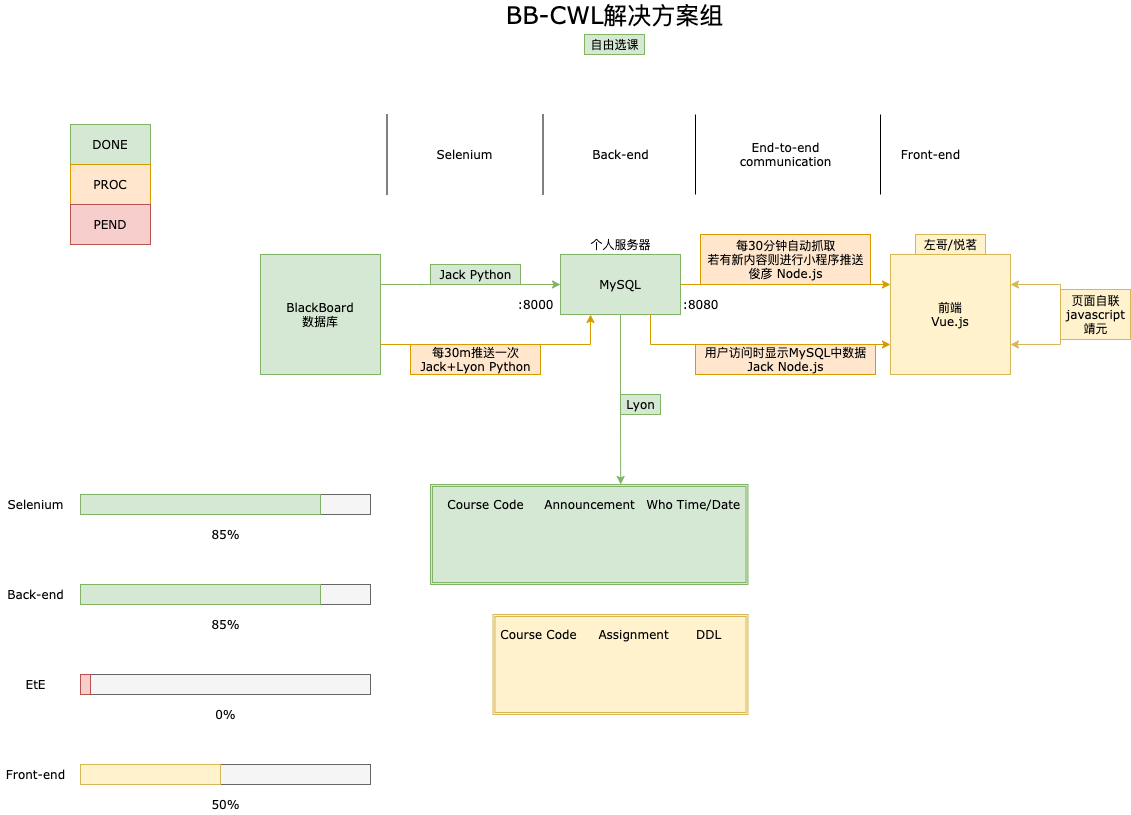
The draw.io diagram Doc/Graphs/项目解决方案.png in HeptaDevGrp/BB-CWL, before a commit. Source tidied: cells renumbered, new cells last; positions are measured from the earlier drawing's top-left corner, leaving out a move shared by most shapes.
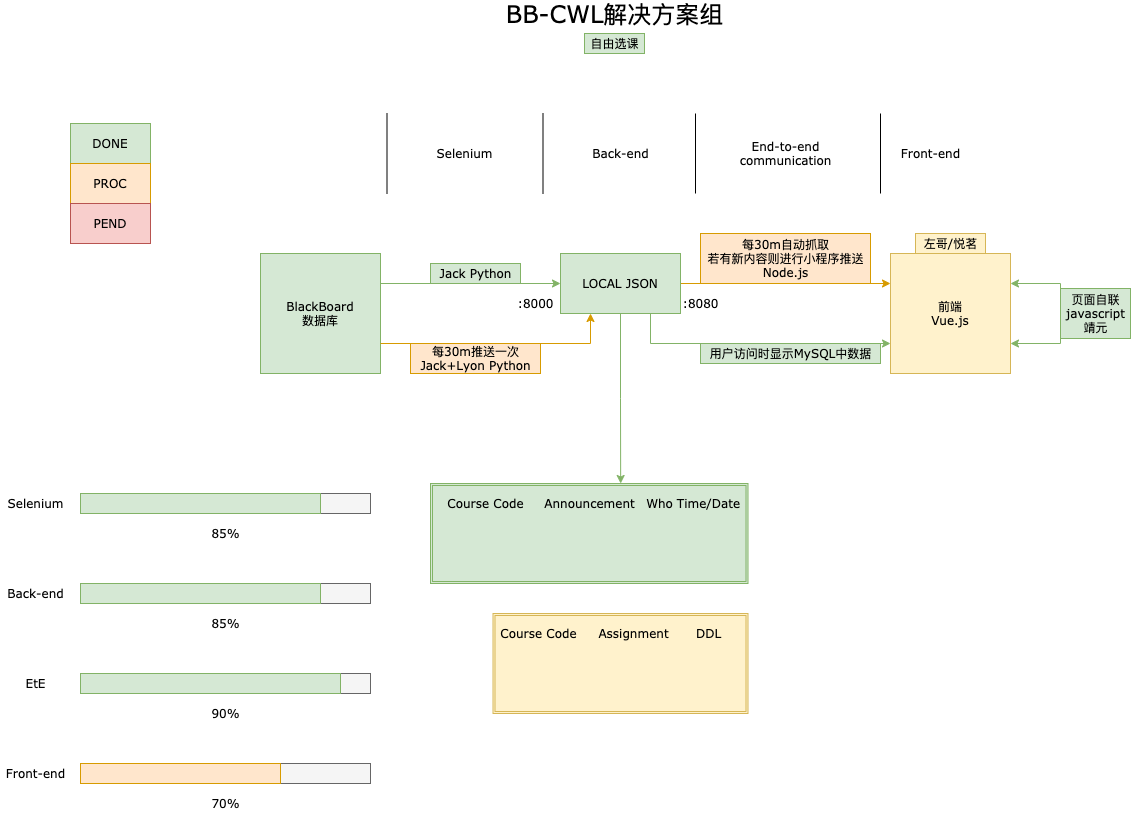
After the commit.

Change to the diagram source:
```diff
@@ -25,23 +25,20 @@
         <mxPoint x="620.2" y="480" as="targetPoint" />
       </mxGeometry>
     </mxCell>
-    <mxCell id="9" value="MySQL" style="rounded=0;whiteSpace=wrap;html=1;fontFamily=Verdana;fillColor=#d5e8d4;strokeColor=#82b366;" parent="1" vertex="1">
+    <mxCell id="9" value="LOCAL JSON" style="rounded=0;whiteSpace=wrap;html=1;fontFamily=Verdana;fillColor=#d5e8d4;strokeColor=#82b366;" parent="1" vertex="1">
       <mxGeometry x="560" y="250" width="120" height="60" as="geometry" />
     </mxCell>
     <mxCell id="10" value="Jack Python" style="text;html=1;align=center;verticalAlign=middle;fontFamily=Verdana;fillColor=#d5e8d4;strokeColor=#82b366;" parent="1" vertex="1">
       <mxGeometry x="430" y="260" width="90" height="20" as="geometry" />
     </mxCell>
-    <mxCell id="11" value="个人服务器" style="text;html=1;align=center;verticalAlign=middle;fontFamily=Verdana;" parent="1" vertex="1">
-      <mxGeometry x="580" y="230" width="80" height="20" as="geometry" />
-    </mxCell>
-    <mxCell id="12" style="edgeStyle=orthogonalEdgeStyle;rounded=0;jettySize=auto;html=1;exitX=0;exitY=0.75;exitDx=0;exitDy=0;entryX=0.75;entryY=1;entryDx=0;entryDy=0;fontFamily=Verdana;fillColor=#ffe6cc;strokeColor=#d79b00;startArrow=classic;startFill=1;endArrow=none;endFill=0;" parent="1" edge="1" source="13" target="9">
+    <mxCell id="12" style="edgeStyle=orthogonalEdgeStyle;rounded=0;jettySize=auto;html=1;exitX=0;exitY=0.75;exitDx=0;exitDy=0;entryX=0.75;entryY=1;entryDx=0;entryDy=0;fontFamily=Verdana;fillColor=#d5e8d4;strokeColor=#82b366;startArrow=classic;startFill=1;endArrow=none;endFill=0;" parent="1" edge="1" source="13" target="9">
       <mxGeometry relative="1" as="geometry" />
     </mxCell>
     <mxCell id="13" value="前端&lt;br&gt;Vue.js" style="rounded=0;whiteSpace=wrap;html=1;fontFamily=Verdana;fillColor=#fff2cc;strokeColor=#d6b656;" parent="1" vertex="1">
       <mxGeometry x="890" y="250" width="120" height="120" as="geometry" />
     </mxCell>
-    <mxCell id="14" value="用户访问时显示MySQL中数据&lt;br&gt;Jack Node.js" style="text;html=1;align=center;verticalAlign=middle;fillColor=#ffe6cc;strokeColor=#d79b00;fontFamily=Verdana;" parent="1" vertex="1">
-      <mxGeometry x="695" y="340" width="180" height="30" as="geometry" />
+    <mxCell id="14" value="用户访问时显示MySQL中数据" style="text;html=1;align=center;verticalAlign=middle;fillColor=#d5e8d4;strokeColor=#82b366;fontFamily=Verdana;" parent="1" vertex="1">
+      <mxGeometry x="700" y="340" width="180" height="20" as="geometry" />
     </mxCell>
     <mxCell id="15" value="每30m推送一次&lt;br&gt;Jack+Lyon Python" style="text;html=1;align=center;verticalAlign=middle;fillColor=#ffe6cc;strokeColor=#d79b00;fontFamily=Verdana;" parent="1" vertex="1">
       <mxGeometry x="410" y="340" width="130" height="30" as="geometry" />
@@ -49,7 +46,7 @@
     <mxCell id="16" value="自由选课" style="text;html=1;align=center;verticalAlign=middle;fillColor=#d5e8d4;strokeColor=#82b366;fontFamily=Verdana;" parent="1" vertex="1">
       <mxGeometry x="584" y="30" width="60" height="20" as="geometry" />
     </mxCell>
-    <mxCell id="17" value="每30分钟自动抓取&lt;br&gt;若有新内容则进行小程序推送&lt;br&gt;俊彦 Node.js" style="text;html=1;align=center;verticalAlign=middle;fillColor=#ffe6cc;strokeColor=#d79b00;fontFamily=Verdana;" parent="1" vertex="1">
+    <mxCell id="17" value="每30m自动抓取&lt;br&gt;若有新内容则进行小程序推送&lt;br&gt;Node.js" style="text;html=1;align=center;verticalAlign=middle;fillColor=#ffe6cc;strokeColor=#d79b00;fontFamily=Verdana;" parent="1" vertex="1">
       <mxGeometry x="700" y="230" width="170" height="50" as="geometry" />
     </mxCell>
     <mxCell id="18" value="Course Code" style="text;html=1;align=center;verticalAlign=middle;fontFamily=Verdana;" parent="1" vertex="1">
@@ -82,9 +79,6 @@
     <mxCell id="27" value="Who" style="text;html=1;align=center;verticalAlign=middle;fontFamily=Verdana;" parent="1" vertex="1">
       <mxGeometry x="638.8" y="490" width="40" height="20" as="geometry" />
     </mxCell>
-    <mxCell id="28" value="Lyon" style="text;html=1;align=center;verticalAlign=middle;fillColor=#d5e8d4;strokeColor=#82b366;fontFamily=Verdana;" parent="1" vertex="1">
-      <mxGeometry x="620" y="390" width="40" height="20" as="geometry" />
-    </mxCell>
     <mxCell id="29" value="DONE" style="rounded=0;whiteSpace=wrap;html=1;fillColor=#d5e8d4;strokeColor=#82b366;fontFamily=Verdana;" parent="1" vertex="1">
       <mxGeometry x="70" y="120" width="80" height="40" as="geometry" />
     </mxCell>
@@ -106,7 +100,7 @@
     <mxCell id="35" value="&lt;font&gt;85%&lt;/font&gt;" style="text;html=1;align=center;verticalAlign=middle;fontFamily=Verdana;" parent="1" vertex="1">
       <mxGeometry x="205" y="520" width="40" height="20" as="geometry" />
     </mxCell>
-    <mxCell id="36" style="edgeStyle=orthogonalEdgeStyle;rounded=0;orthogonalLoop=1;jettySize=auto;html=1;exitX=1;exitY=0.75;exitDx=0;exitDy=0;entryX=1;entryY=0.25;entryDx=0;entryDy=0;startArrow=classic;startFill=1;endArrow=classic;endFill=1;fontFamily=Verdana;fillColor=#fff2cc;strokeColor=#d6b656;" parent="1" edge="1" source="13" target="13">
+    <mxCell id="36" style="edgeStyle=orthogonalEdgeStyle;rounded=0;orthogonalLoop=1;jettySize=auto;html=1;exitX=1;exitY=0.75;exitDx=0;exitDy=0;entryX=1;entryY=0.25;entryDx=0;entryDy=0;startArrow=classic;startFill=1;endArrow=classic;endFill=1;fontFamily=Verdana;fillColor=#d5e8d4;strokeColor=#82b366;" parent="1" edge="1" source="13" target="13">
       <mxGeometry relative="1" as="geometry">
         <Array as="points">
           <mxPoint x="1060" y="340" />
@@ -114,7 +108,7 @@
         </Array>
       </mxGeometry>
     </mxCell>
-    <mxCell id="37" value="页面自联&lt;br&gt;javascript&lt;br&gt;靖元" style="text;html=1;align=center;verticalAlign=middle;fontFamily=Verdana;fillColor=#fff2cc;strokeColor=#d6b656;" parent="1" vertex="1">
+    <mxCell id="37" value="页面自联&lt;br&gt;javascript&lt;br&gt;靖元" style="text;html=1;align=center;verticalAlign=middle;fontFamily=Verdana;fillColor=#d5e8d4;strokeColor=#82b366;" parent="1" vertex="1">
       <mxGeometry x="1060" y="285" width="70" height="50" as="geometry" />
     </mxCell>
     <mxCell id="38" value="Selenium" style="text;html=1;align=center;verticalAlign=middle;fontFamily=Verdana;" parent="1" vertex="1">
@@ -171,7 +165,7 @@
     <mxCell id="51" style="rounded=0;whiteSpace=wrap;html=1;fillColor=#f5f5f5;strokeColor=#666666;fontColor=#333333;fontFamily=Verdana;" parent="1" vertex="1">
       <mxGeometry x="80" y="670" width="290" height="20" as="geometry" />
     </mxCell>
-    <mxCell id="52" value="&lt;font&gt;0%&lt;/font&gt;" style="text;html=1;align=center;verticalAlign=middle;fontFamily=Verdana;" parent="1" vertex="1">
+    <mxCell id="52" value="&lt;font&gt;90%&lt;/font&gt;" style="text;html=1;align=center;verticalAlign=middle;fontFamily=Verdana;" parent="1" vertex="1">
       <mxGeometry x="205" y="700" width="40" height="20" as="geometry" />
     </mxCell>
     <mxCell id="53" value="EtE" style="text;html=1;align=center;verticalAlign=middle;fontFamily=Verdana;" parent="1" vertex="1">
@@ -180,17 +174,17 @@
     <mxCell id="54" style="rounded=0;whiteSpace=wrap;html=1;fillColor=#f5f5f5;strokeColor=#666666;fontColor=#333333;fontFamily=Verdana;" parent="1" vertex="1">
       <mxGeometry x="80" y="760" width="290" height="20" as="geometry" />
     </mxCell>
-    <mxCell id="55" style="rounded=0;whiteSpace=wrap;html=1;fillColor=#fff2cc;strokeColor=#d6b656;fontFamily=Verdana;" parent="1" vertex="1">
-      <mxGeometry x="80" y="760" width="140" height="20" as="geometry" />
+    <mxCell id="55" style="rounded=0;whiteSpace=wrap;html=1;fillColor=#ffe6cc;strokeColor=#d79b00;fontFamily=Verdana;" parent="1" vertex="1">
+      <mxGeometry x="80" y="760" width="200" height="20" as="geometry" />
     </mxCell>
-    <mxCell id="56" value="&lt;font&gt;50%&lt;/font&gt;" style="text;html=1;align=center;verticalAlign=middle;fontFamily=Verdana;" parent="1" vertex="1">
+    <mxCell id="56" value="&lt;font&gt;70%&lt;/font&gt;" style="text;html=1;align=center;verticalAlign=middle;fontFamily=Verdana;" parent="1" vertex="1">
       <mxGeometry x="205" y="790" width="40" height="20" as="geometry" />
     </mxCell>
     <mxCell id="57" value="Front-end" style="text;html=1;align=center;verticalAlign=middle;fontFamily=Verdana;" parent="1" vertex="1">
       <mxGeometry y="760" width="70" height="20" as="geometry" />
     </mxCell>
-    <mxCell id="58" style="rounded=0;whiteSpace=wrap;html=1;fillColor=#f8cecc;strokeColor=#b85450;fontFamily=Verdana;" parent="1" vertex="1">
-      <mxGeometry x="80" y="670" width="10" height="20" as="geometry" />
+    <mxCell id="58" style="rounded=0;whiteSpace=wrap;html=1;fillColor=#d5e8d4;strokeColor=#82b366;fontFamily=Verdana;" parent="1" vertex="1">
+      <mxGeometry x="80" y="670" width="260" height="20" as="geometry" />
     </mxCell>
   </root>
 </mxGraphModel>
```
